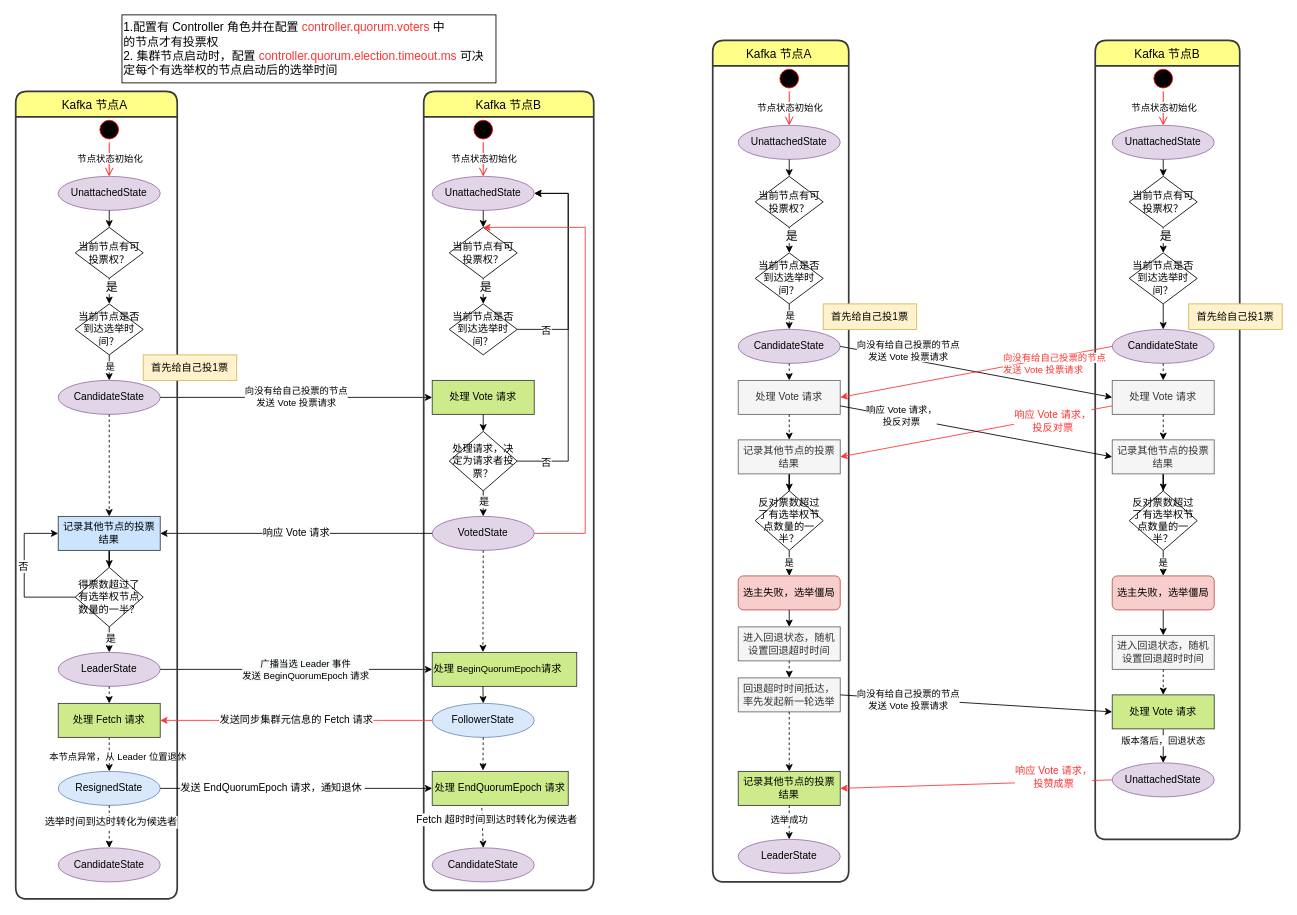
Above: kafka_raft.drawio in yang00-74/flowchart (draw.io), before the change. Source tidied: cells renumbered, new cells numbered last; positions are measured from the earlier drawing's top-left corner, leaving out a move shared by most shapes. Both pictures are drawn from the tidied source at 85%, with x=0, y=0 at pixel (15, 14).
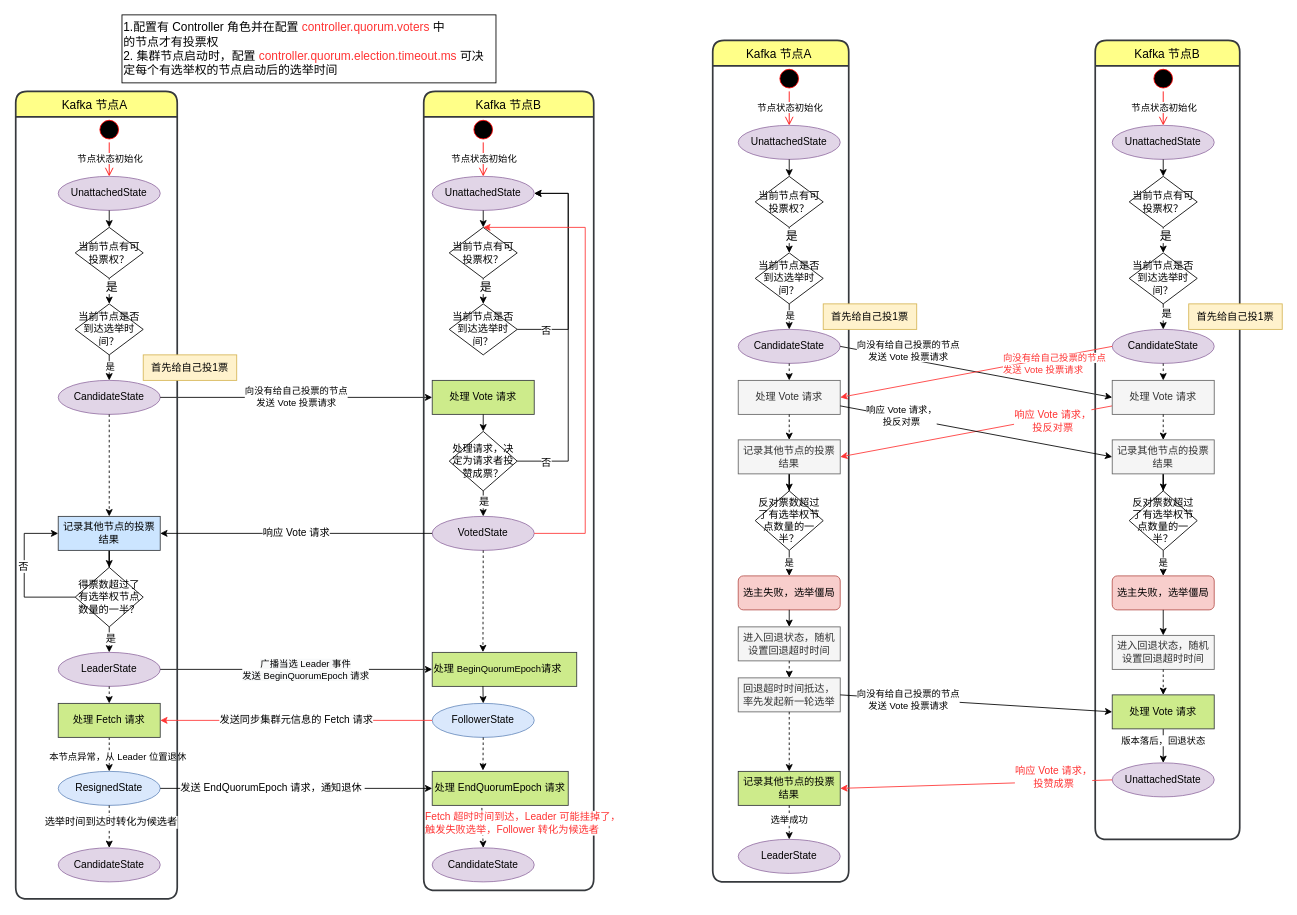
Above is the later version.

Commit message (it also covers changes not shown here):
Added kafka controller request handle diagrams

The change refers to these unchanged cells:
```xml
<mxCell id="66" style="endArrow=classic;html=1;rounded=0;dashed=1;fontSize=12;fontColor=#000000;strokeColor=#000000;exitX=0.365;exitY=1.075;exitDx=0;exitDy=0;exitPerimeter=0;entryX=0.5;entryY=0;entryDx=0;entryDy=0;" parent="1" edge="1" source="62" target="69">
  <mxGeometry relative="1" as="geometry" />
</mxCell>
<mxCell id="103" style="endArrow=classic;html=1;rounded=0;exitX=0.5;exitY=1;exitDx=0;exitDy=0;entryX=0.5;entryY=0;entryDx=0;entryDy=0;" parent="1" edge="1" source="96" target="102">
  <mxGeometry relative="1" as="geometry" />
</mxCell>
```

Change to the diagram source:
```diff
@@
-    <mxCell id="11" value="处理请求，决定为请求者投票？" style="rhombus;whiteSpace=wrap;html=1;" parent="1" vertex="1">
+    <mxCell id="11" value="处理请求，决定为请求者投赞成票？" style="rhombus;whiteSpace=wrap;html=1;" parent="1" vertex="1">
       <mxGeometry x="510" y="490" width="80" height="70" as="geometry" />
     </mxCell>
@@
-    <mxCell id="67" value="Fetch 超时时间到达时转化为候选者" style="edgeLabel;html=1;align=center;verticalAlign=middle;fontSize=12;fontColor=#000000;" parent="66" vertex="1">
+    <mxCell id="67" value="Fetch 超时时间到达，Leader 可能挂掉了，&lt;br&gt;触发失败选举，Follower 转化为候选者" style="edgeLabel;html=1;align=left;verticalAlign=middle;fontSize=12;fontColor=#FF3333;" parent="66" vertex="1">
       <mxGeometry x="-0.42" relative="1" as="geometry">
-        <mxPoint x="17" as="offset" />
+        <mxPoint x="-69" y="4" as="offset" />
       </mxGeometry>
     </mxCell>
@@
+    <mxCell id="139" value="是" style="edgeLabel;html=1;align=center;verticalAlign=middle;fontSize=12;fontColor=#000000;" parent="103" vertex="1">
+      <mxGeometry x="-0.27" y="3" relative="1" as="geometry" />
+    </mxCell>
```
